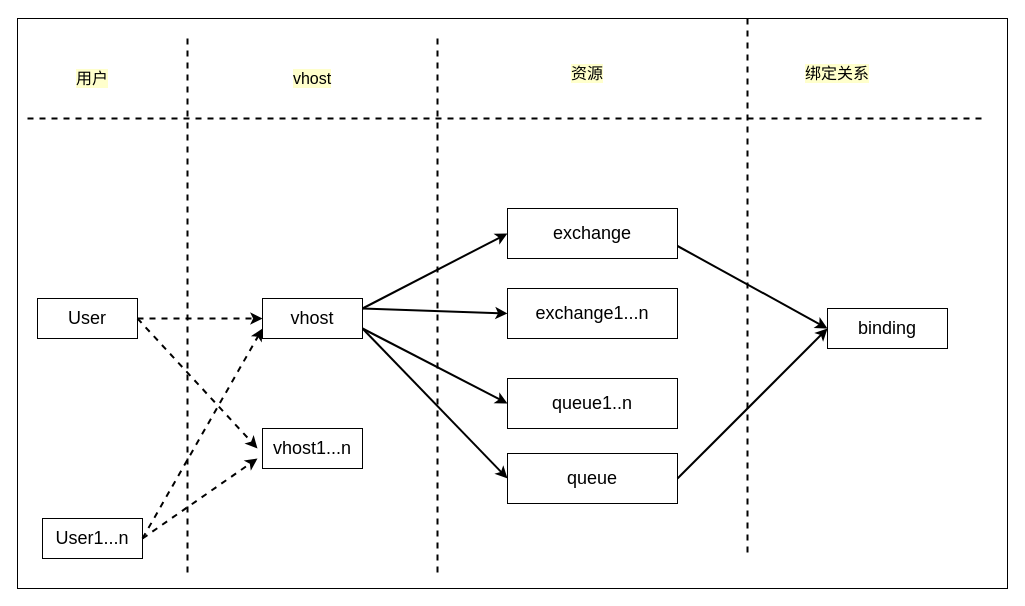
hzsunzixiang/draw.io keeps this draw.io diagram as RabbitMQ.drawio. Above is the earlier version. Source tidied: cells renumbered, new cells numbered last; positions are measured from the earlier drawing's top-left corner, leaving out a move shared by most shapes. Both pictures are drawn from the tidied source at 100%, with x=0, y=0 at pixel (17, 18).
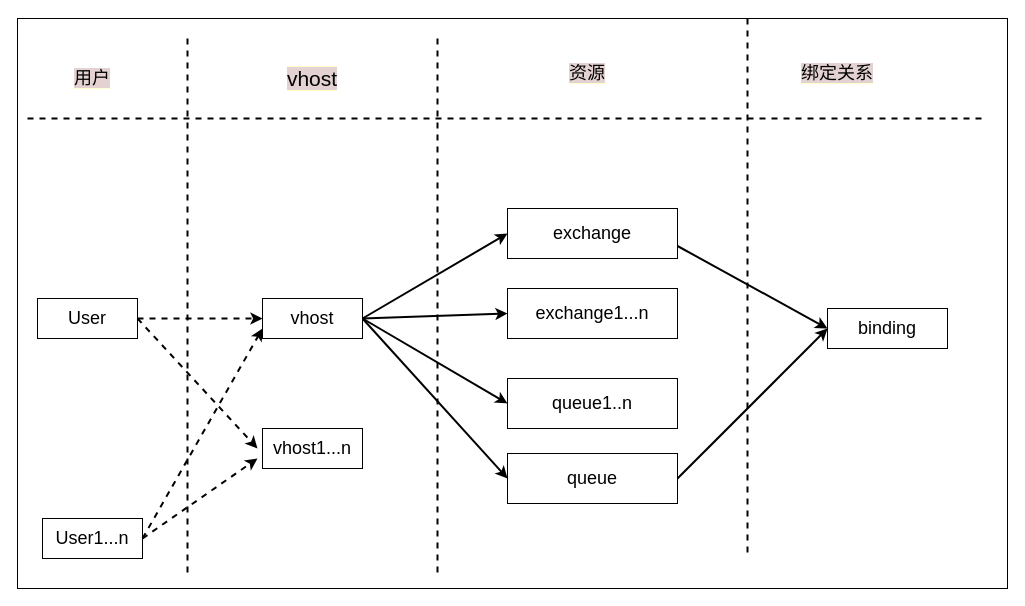
Above is the later version.

Unchanged cells that the change refers to:
```xml
<mxCell id="7" value="&lt;font style=&quot;font-size: 18px;&quot;&gt;exchange&lt;/font&gt;" style="rounded=0;whiteSpace=wrap;html=1;fontSize=14;" parent="1" vertex="1">
  <mxGeometry x="490" y="190" width="170" height="50" as="geometry" />
</mxCell>
<mxCell id="8" value="queue" style="rounded=0;whiteSpace=wrap;html=1;fontSize=18;" parent="1" vertex="1">
  <mxGeometry x="490" y="435" width="170" height="50" as="geometry" />
</mxCell>
<mxCell id="17" value="&lt;font style=&quot;font-size: 18px;&quot;&gt;vhost&lt;/font&gt;" style="rounded=0;whiteSpace=wrap;html=1;" parent="1" vertex="1">
  <mxGeometry x="245" y="280" width="100" height="40" as="geometry" />
</mxCell>
<mxCell id="24" value="exchange1...n" style="rounded=0;whiteSpace=wrap;html=1;fontSize=18;" parent="1" vertex="1">
  <mxGeometry x="490" y="270" width="170" height="50" as="geometry" />
</mxCell>
<mxCell id="25" value="queue1..n" style="rounded=0;whiteSpace=wrap;html=1;fontSize=18;" parent="1" vertex="1">
  <mxGeometry x="490" y="360" width="170" height="50" as="geometry" />
</mxCell>
```

Change to the diagram source:
```diff
@@
-    <mxCell id="6" value="用户" style="text;html=1;align=center;verticalAlign=middle;whiteSpace=wrap;rounded=0;fontSize=16;labelBackgroundColor=#FFFFCC;" parent="1" vertex="1">
+    <mxCell id="6" value="&lt;font style=&quot;font-size: 18px; background-color: light-dark(rgb(228, 210, 210), rgb(255, 255, 255));&quot;&gt;用户&lt;/font&gt;" style="text;html=1;align=center;verticalAlign=middle;whiteSpace=wrap;rounded=0;fontSize=16;labelBackgroundColor=#FFFFCC;strokeWidth=2;" parent="1" vertex="1">
       <mxGeometry x="20" y="50" width="110" height="20" as="geometry" />
     </mxCell>
@@
-    <mxCell id="9" value="vhost" style="text;html=1;align=center;verticalAlign=middle;whiteSpace=wrap;rounded=0;fontSize=16;labelBackgroundColor=#FFFFCC;" parent="1" vertex="1">
+    <mxCell id="9" value="&lt;font style=&quot;font-size: 21px; background-color: light-dark(rgb(228, 210, 210), rgb(255, 255, 255));&quot;&gt;vhost&lt;/font&gt;" style="text;html=1;align=center;verticalAlign=middle;whiteSpace=wrap;rounded=0;fontSize=16;labelBackgroundColor=#FFFFCC;strokeWidth=2;" parent="1" vertex="1">
       <mxGeometry x="215" y="42.5" width="160" height="35" as="geometry" />
     </mxCell>
-    <mxCell id="10" value="资源" style="text;html=1;align=center;verticalAlign=middle;whiteSpace=wrap;rounded=0;fontSize=16;labelBackgroundColor=#FFFFCC;" parent="1" vertex="1">
+    <mxCell id="10" value="&lt;font style=&quot;font-size: 18px; background-color: light-dark(rgb(228, 210, 210), rgb(255, 255, 255));&quot;&gt;资源&lt;/font&gt;" style="text;html=1;align=center;verticalAlign=middle;whiteSpace=wrap;rounded=0;fontSize=16;labelBackgroundColor=#FFFFCC;strokeWidth=2;" parent="1" vertex="1">
       <mxGeometry x="500" y="40" width="140" height="30" as="geometry" />
     </mxCell>
@@
-    <mxCell id="15" style="endArrow=classic;html=1;rounded=0;entryX=0;entryY=0.5;entryDx=0;entryDy=0;exitX=1;exitY=0.25;exitDx=0;exitDy=0;strokeWidth=2;" parent="1" edge="1" source="17" target="7">
+    <mxCell id="15" style="endArrow=classic;html=1;rounded=0;entryX=0;entryY=0.5;entryDx=0;entryDy=0;strokeWidth=2;exitX=1;exitY=0.5;exitDx=0;exitDy=0;" parent="1" edge="1" source="17" target="7">
       <mxGeometry relative="1" as="geometry" />
     </mxCell>
-    <mxCell id="16" style="endArrow=classic;html=1;rounded=0;entryX=0;entryY=0.5;entryDx=0;entryDy=0;exitX=1;exitY=0.75;exitDx=0;exitDy=0;strokeWidth=2;" parent="1" edge="1" source="17" target="8">
-      <mxGeometry relative="1" as="geometry" />
+    <mxCell id="16" style="endArrow=classic;html=1;rounded=0;entryX=0;entryY=0.5;entryDx=0;entryDy=0;strokeWidth=2;" parent="1" edge="1" target="8">
+      <mxGeometry relative="1" as="geometry">
+        <mxPoint x="345" y="300" as="sourcePoint" />
+      </mxGeometry>
     </mxCell>
@@
-    <mxCell id="19" value="绑定关系" style="text;html=1;align=center;verticalAlign=middle;whiteSpace=wrap;rounded=0;fontSize=16;labelBackgroundColor=#FFFFCC;" parent="1" vertex="1">
+    <mxCell id="19" value="&lt;font style=&quot;font-size: 18px; background-color: light-dark(rgb(228, 210, 210), rgb(255, 255, 255));&quot;&gt;绑定关系&lt;/font&gt;" style="text;html=1;align=center;verticalAlign=middle;whiteSpace=wrap;rounded=0;fontSize=16;labelBackgroundColor=#FFFFCC;strokeWidth=2;" parent="1" vertex="1">
       <mxGeometry x="750" y="40" width="140" height="30" as="geometry" />
     </mxCell>
@@
-    <mxCell id="26" style="endArrow=classic;html=1;rounded=0;exitX=1;exitY=0.25;exitDx=0;exitDy=0;entryX=0;entryY=0.5;entryDx=0;entryDy=0;strokeWidth=2;" parent="1" edge="1" source="17" target="24">
+    <mxCell id="26" style="endArrow=classic;html=1;rounded=0;exitX=1;exitY=0.5;exitDx=0;exitDy=0;entryX=0;entryY=0.5;entryDx=0;entryDy=0;strokeWidth=2;" parent="1" edge="1" source="17" target="24">
       <mxGeometry relative="1" as="geometry" />
     </mxCell>
-    <mxCell id="27" style="endArrow=classic;html=1;rounded=0;exitX=1;exitY=0.75;exitDx=0;exitDy=0;entryX=0;entryY=0.5;entryDx=0;entryDy=0;strokeWidth=2;" parent="1" edge="1" source="17" target="25">
-      <mxGeometry relative="1" as="geometry" />
+    <mxCell id="27" style="endArrow=classic;html=1;rounded=0;entryX=0;entryY=0.5;entryDx=0;entryDy=0;strokeWidth=2;" parent="1" edge="1" target="25">
+      <mxGeometry relative="1" as="geometry">
+        <mxPoint x="345" y="300" as="sourcePoint" />
+      </mxGeometry>
     </mxCell>
```
